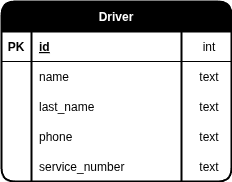
gabrielbindi/VoBi-Tour keeps this draw.io diagram as docs/database/erd.drawio.png. Above is the earlier version. Source tidied: cells renumbered, new cells last; positions are measured from the earlier drawing's top-left corner, leaving out a move shared by most shapes.
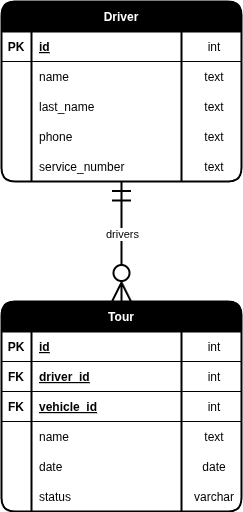
The same file after the commit.

Commit message:
#19 Tour added 1 to many

Change to the diagram source:
```diff
@@ -3,10 +3,10 @@
     <mxCell id="0" />
     <mxCell id="1" parent="0" />
     <mxCell id="2" value="Driver" style="shape=table;startSize=30;rowLines=0;fontStyle=1;align=center;swimlaneFillColor=none;fillColor=#000000;fontColor=#FFFFFF;strokeWidth=2;rounded=1;" parent="1" vertex="1">
-      <mxGeometry width="230" height="180" as="geometry" />
+      <mxGeometry width="240" height="180" as="geometry" />
     </mxCell>
     <mxCell id="3" style="shape=tableRow;horizontal=0;startSize=0;swimlaneHead=0;swimlaneBody=0;fillColor=none;top=0;left=0;right=0;bottom=1;" parent="2" vertex="1">
-      <mxGeometry y="30" width="230" height="30" as="geometry" />
+      <mxGeometry y="30" width="240" height="30" as="geometry" />
     </mxCell>
     <mxCell id="4" value="PK" style="shape=partialRectangle;fillColor=none;top=0;left=0;bottom=0;right=0;fontStyle=1;overflow=hidden;" parent="3" vertex="1">
       <mxGeometry width="30" height="30" as="geometry" />
@@ -15,10 +15,10 @@
       <mxGeometry x="30" width="150" height="30" as="geometry" />
     </mxCell>
     <mxCell id="6" value="int" style="shape=partialRectangle;fillColor=none;top=0;left=0;bottom=0;right=0;align=center;spacingLeft=6;fontStyle=0;overflow=hidden;" parent="3" vertex="1">
-      <mxGeometry x="180" width="50" height="30" as="geometry" />
+      <mxGeometry x="180" width="60" height="30" as="geometry" />
     </mxCell>
     <mxCell id="7" style="shape=tableRow;horizontal=0;startSize=0;swimlaneHead=0;swimlaneBody=0;fillColor=none;top=0;left=0;right=0;bottom=0;" parent="2" vertex="1">
-      <mxGeometry y="60" width="230" height="30" as="geometry" />
+      <mxGeometry y="60" width="240" height="30" as="geometry" />
     </mxCell>
     <mxCell id="8" style="shape=partialRectangle;fillColor=none;top=0;left=0;bottom=0;right=0;overflow=hidden;" parent="7" vertex="1">
       <mxGeometry width="30" height="30" as="geometry" />
@@ -27,10 +27,10 @@
       <mxGeometry x="30" width="150" height="30" as="geometry" />
     </mxCell>
     <mxCell id="10" value="text" style="shape=partialRectangle;fillColor=none;top=0;left=0;bottom=0;right=0;align=center;spacingLeft=6;overflow=hidden;" parent="7" vertex="1">
-      <mxGeometry x="180" width="50" height="30" as="geometry" />
+      <mxGeometry x="180" width="60" height="30" as="geometry" />
     </mxCell>
     <mxCell id="11" style="shape=tableRow;horizontal=0;startSize=0;swimlaneHead=0;swimlaneBody=0;fillColor=none;top=0;left=0;right=0;bottom=0;" parent="2" vertex="1">
-      <mxGeometry y="90" width="230" height="30" as="geometry" />
+      <mxGeometry y="90" width="240" height="30" as="geometry" />
     </mxCell>
     <mxCell id="12" style="shape=partialRectangle;fillColor=none;top=0;left=0;bottom=0;right=0;overflow=hidden;" parent="11" vertex="1">
       <mxGeometry width="30" height="30" as="geometry" />
@@ -39,10 +39,10 @@
       <mxGeometry x="30" width="150" height="30" as="geometry" />
     </mxCell>
     <mxCell id="14" value="text" style="shape=partialRectangle;fillColor=none;top=0;left=0;bottom=0;right=0;align=center;spacingLeft=6;overflow=hidden;" parent="11" vertex="1">
-      <mxGeometry x="180" width="50" height="30" as="geometry" />
+      <mxGeometry x="180" width="60" height="30" as="geometry" />
     </mxCell>
     <mxCell id="15" style="shape=tableRow;horizontal=0;startSize=0;swimlaneHead=0;swimlaneBody=0;fillColor=none;top=0;left=0;right=0;bottom=0;" parent="2" vertex="1">
-      <mxGeometry y="120" width="230" height="30" as="geometry" />
+      <mxGeometry y="120" width="240" height="30" as="geometry" />
     </mxCell>
     <mxCell id="16" style="shape=partialRectangle;fillColor=none;top=0;left=0;bottom=0;right=0;overflow=hidden;" parent="15" vertex="1">
       <mxGeometry width="30" height="30" as="geometry" />
@@ -51,10 +51,10 @@
       <mxGeometry x="30" width="150" height="30" as="geometry" />
     </mxCell>
     <mxCell id="18" value="text" style="shape=partialRectangle;fillColor=none;top=0;left=0;bottom=0;right=0;align=center;spacingLeft=6;overflow=hidden;" parent="15" vertex="1">
-      <mxGeometry x="180" width="50" height="30" as="geometry" />
+      <mxGeometry x="180" width="60" height="30" as="geometry" />
     </mxCell>
     <mxCell id="19" style="shape=tableRow;horizontal=0;startSize=0;swimlaneHead=0;swimlaneBody=0;fillColor=none;top=0;left=0;right=0;bottom=0;" parent="2" vertex="1">
-      <mxGeometry y="150" width="230" height="30" as="geometry" />
+      <mxGeometry y="150" width="240" height="30" as="geometry" />
     </mxCell>
     <mxCell id="20" style="shape=partialRectangle;fillColor=none;top=0;left=0;bottom=0;right=0;overflow=hidden;" parent="19" vertex="1">
       <mxGeometry width="30" height="30" as="geometry" />
@@ -63,7 +63,90 @@
       <mxGeometry x="30" width="150" height="30" as="geometry" />
     </mxCell>
     <mxCell id="22" value="text" style="shape=partialRectangle;fillColor=none;top=0;left=0;bottom=0;right=0;align=center;spacingLeft=6;overflow=hidden;" parent="19" vertex="1">
-      <mxGeometry x="180" width="50" height="30" as="geometry" />
+      <mxGeometry x="180" width="60" height="30" as="geometry" />
     </mxCell>
+    <mxCell id="23" value="Tour" style="shape=table;startSize=30;rowLines=0;fontStyle=1;align=center;swimlaneFillColor=none;fillColor=#000000;fontColor=#FFFFFF;strokeWidth=2;rounded=1;" parent="1" vertex="1">
+      <mxGeometry y="300" width="240" height="210" as="geometry" />
+    </mxCell>
+    <mxCell id="24" style="shape=tableRow;horizontal=0;startSize=0;swimlaneHead=0;swimlaneBody=0;fillColor=none;top=0;left=0;right=0;bottom=1;" parent="23" vertex="1">
+      <mxGeometry y="30" width="240" height="30" as="geometry" />
+    </mxCell>
+    <mxCell id="25" value="PK" style="shape=partialRectangle;fillColor=none;top=0;left=0;bottom=0;right=0;fontStyle=1;overflow=hidden;" parent="24" vertex="1">
+      <mxGeometry width="30" height="30" as="geometry" />
+    </mxCell>
+    <mxCell id="26" value="id" style="shape=partialRectangle;fillColor=none;top=0;left=0;bottom=0;right=0;align=left;spacingLeft=6;fontStyle=5;overflow=hidden;" parent="24" vertex="1">
+      <mxGeometry x="30" width="150" height="30" as="geometry" />
+    </mxCell>
+    <mxCell id="27" value="int" style="shape=partialRectangle;fillColor=none;top=0;left=0;bottom=0;right=0;align=center;spacingLeft=6;fontStyle=0;overflow=hidden;" parent="24" vertex="1">
+      <mxGeometry x="180" width="60" height="30" as="geometry" />
+    </mxCell>
+    <mxCell id="28" style="shape=tableRow;horizontal=0;startSize=0;swimlaneHead=0;swimlaneBody=0;fillColor=none;top=0;left=0;right=0;bottom=1;" parent="23" vertex="1">
+      <mxGeometry y="60" width="240" height="30" as="geometry" />
+    </mxCell>
+    <mxCell id="29" value="FK" style="shape=partialRectangle;fillColor=none;top=0;left=0;bottom=0;right=0;fontStyle=1;overflow=hidden;" parent="28" vertex="1">
+      <mxGeometry width="30" height="30" as="geometry" />
+    </mxCell>
+    <mxCell id="30" value="driver_id" style="shape=partialRectangle;fillColor=none;top=0;left=0;bottom=0;right=0;align=left;spacingLeft=6;fontStyle=5;overflow=hidden;" parent="28" vertex="1">
+      <mxGeometry x="30" width="150" height="30" as="geometry" />
+    </mxCell>
+    <mxCell id="31" value="int" style="shape=partialRectangle;fillColor=none;top=0;left=0;bottom=0;right=0;align=center;spacingLeft=6;fontStyle=0;overflow=hidden;" parent="28" vertex="1">
+      <mxGeometry x="180" width="60" height="30" as="geometry" />
+    </mxCell>
+    <mxCell id="32" style="shape=tableRow;horizontal=0;startSize=0;swimlaneHead=0;swimlaneBody=0;fillColor=none;top=0;left=0;right=0;bottom=1;" parent="23" vertex="1">
+      <mxGeometry y="90" width="240" height="30" as="geometry" />
+    </mxCell>
+    <mxCell id="33" value="FK" style="shape=partialRectangle;fillColor=none;top=0;left=0;bottom=0;right=0;fontStyle=1;overflow=hidden;" parent="32" vertex="1">
+      <mxGeometry width="30" height="30" as="geometry" />
+    </mxCell>
+    <mxCell id="34" value="vehicle_id" style="shape=partialRectangle;fillColor=none;top=0;left=0;bottom=0;right=0;align=left;spacingLeft=6;fontStyle=5;overflow=hidden;" parent="32" vertex="1">
+      <mxGeometry x="30" width="150" height="30" as="geometry" />
+    </mxCell>
+    <mxCell id="35" value="int" style="shape=partialRectangle;fillColor=none;top=0;left=0;bottom=0;right=0;align=center;spacingLeft=6;fontStyle=0;overflow=hidden;" parent="32" vertex="1">
+      <mxGeometry x="180" width="60" height="30" as="geometry" />
+    </mxCell>
+    <mxCell id="36" style="shape=tableRow;horizontal=0;startSize=0;swimlaneHead=0;swimlaneBody=0;fillColor=none;top=0;left=0;right=0;bottom=0;" parent="23" vertex="1">
+      <mxGeometry y="120" width="240" height="30" as="geometry" />
+    </mxCell>
+    <mxCell id="37" style="shape=partialRectangle;fillColor=none;top=0;left=0;bottom=0;right=0;overflow=hidden;" parent="36" vertex="1">
+      <mxGeometry width="30" height="30" as="geometry" />
+    </mxCell>
+    <mxCell id="38" value="name" style="shape=partialRectangle;fillColor=none;top=0;left=0;bottom=0;right=0;align=left;spacingLeft=6;overflow=hidden;" parent="36" vertex="1">
+      <mxGeometry x="30" width="150" height="30" as="geometry" />
+    </mxCell>
+    <mxCell id="39" value="text" style="shape=partialRectangle;fillColor=none;top=0;left=0;bottom=0;right=0;align=center;spacingLeft=6;overflow=hidden;" parent="36" vertex="1">
+      <mxGeometry x="180" width="60" height="30" as="geometry" />
+    </mxCell>
+    <mxCell id="40" style="shape=tableRow;horizontal=0;startSize=0;swimlaneHead=0;swimlaneBody=0;fillColor=none;top=0;left=0;right=0;bottom=0;" parent="23" vertex="1">
+      <mxGeometry y="150" width="240" height="30" as="geometry" />
+    </mxCell>
+    <mxCell id="41" style="shape=partialRectangle;fillColor=none;top=0;left=0;bottom=0;right=0;overflow=hidden;" parent="40" vertex="1">
+      <mxGeometry width="30" height="30" as="geometry" />
+    </mxCell>
+    <mxCell id="42" value="date" style="shape=partialRectangle;fillColor=none;top=0;left=0;bottom=0;right=0;align=left;spacingLeft=6;overflow=hidden;" parent="40" vertex="1">
+      <mxGeometry x="30" width="150" height="30" as="geometry" />
+    </mxCell>
+    <mxCell id="43" value="date" style="shape=partialRectangle;fillColor=none;top=0;left=0;bottom=0;right=0;align=center;spacingLeft=6;overflow=hidden;" parent="40" vertex="1">
+      <mxGeometry x="180" width="60" height="30" as="geometry" />
+    </mxCell>
+    <mxCell id="44" style="shape=tableRow;horizontal=0;startSize=0;swimlaneHead=0;swimlaneBody=0;fillColor=none;top=0;left=0;right=0;bottom=0;" parent="23" vertex="1">
+      <mxGeometry y="180" width="240" height="30" as="geometry" />
+    </mxCell>
+    <mxCell id="45" style="shape=partialRectangle;fillColor=none;top=0;left=0;bottom=0;right=0;overflow=hidden;" parent="44" vertex="1">
+      <mxGeometry width="30" height="30" as="geometry" />
+    </mxCell>
+    <mxCell id="46" value="status" style="shape=partialRectangle;fillColor=none;top=0;left=0;bottom=0;right=0;align=left;spacingLeft=6;overflow=hidden;" parent="44" vertex="1">
+      <mxGeometry x="30" width="150" height="30" as="geometry" />
+    </mxCell>
+    <mxCell id="47" value="varchar" style="shape=partialRectangle;fillColor=none;top=0;left=0;bottom=0;right=0;align=center;spacingLeft=6;overflow=hidden;" parent="44" vertex="1">
+      <mxGeometry x="180" width="60" height="30" as="geometry" />
+    </mxCell>
+    <mxCell id="48" style="fontSize=12;html=1;endArrow=ERzeroToMany;startArrow=ERmandOne;entryX=0.5;entryY=0;entryDx=0;entryDy=0;endSize=16;startSize=16;targetPerimeterSpacing=0;strokeWidth=2;" parent="1" edge="1" target="23">
+      <mxGeometry relative="1" as="geometry">
+        <mxPoint x="120" y="180" as="sourcePoint" />
+      </mxGeometry>
+    </mxCell>
+    <mxCell id="49" value="drivers" style="edgeLabel;html=1;align=center;verticalAlign=middle;" parent="48" vertex="1">
+      <mxGeometry x="-0.13" y="1" relative="1" as="geometry" />
+    </mxCell>
   </root>
 </mxGraphModel>
```
